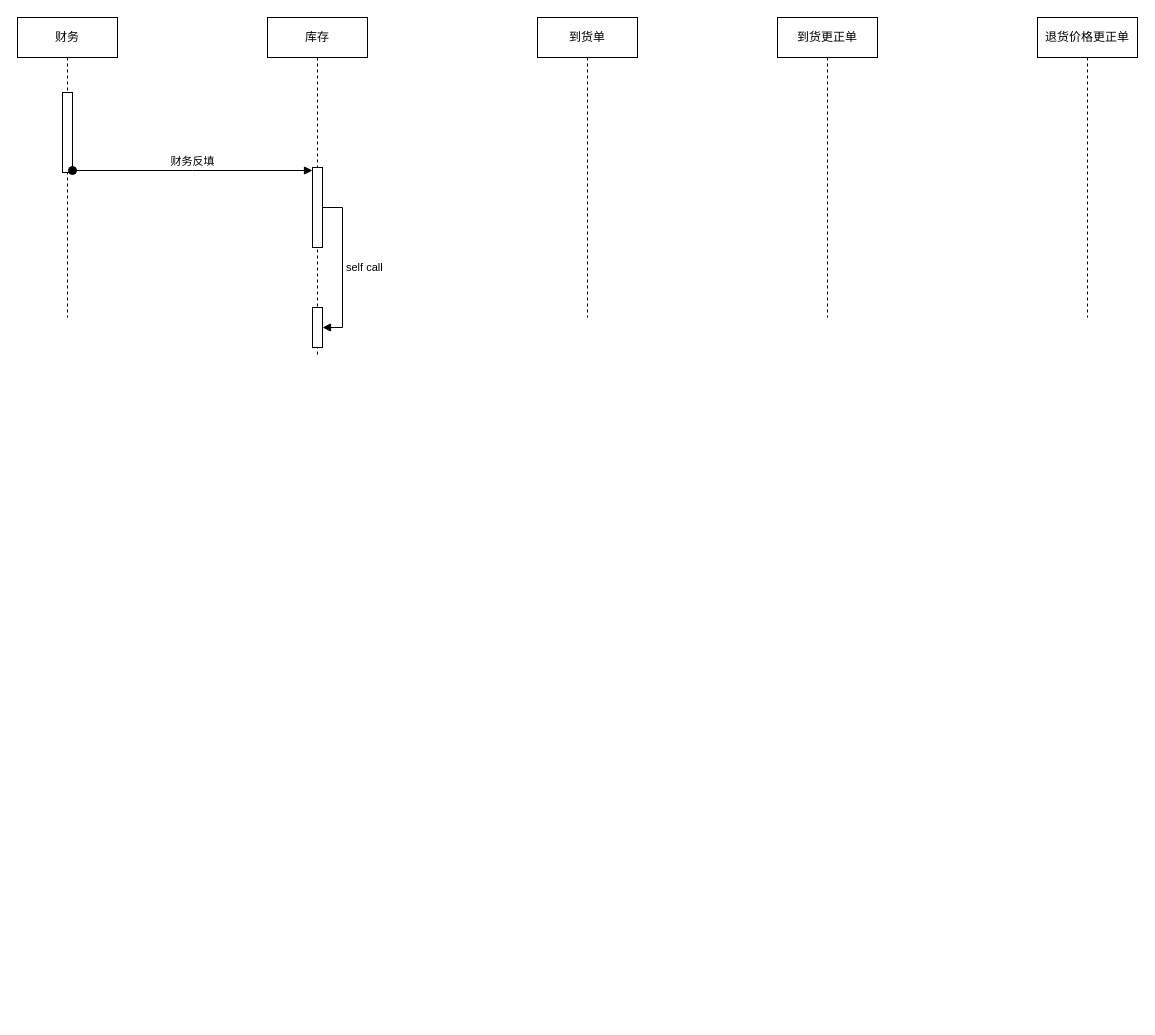
This is 未命名绘图.drawio from fengj1202/draw, a draw.io file, before an edit. Source tidied: cells renumbered, new cells numbered last; positions are measured from the earlier drawing's top-left corner, leaving out a move shared by most shapes. Both pictures are drawn from the tidied source at 100%, with x=0, y=0 at pixel (17, 17).
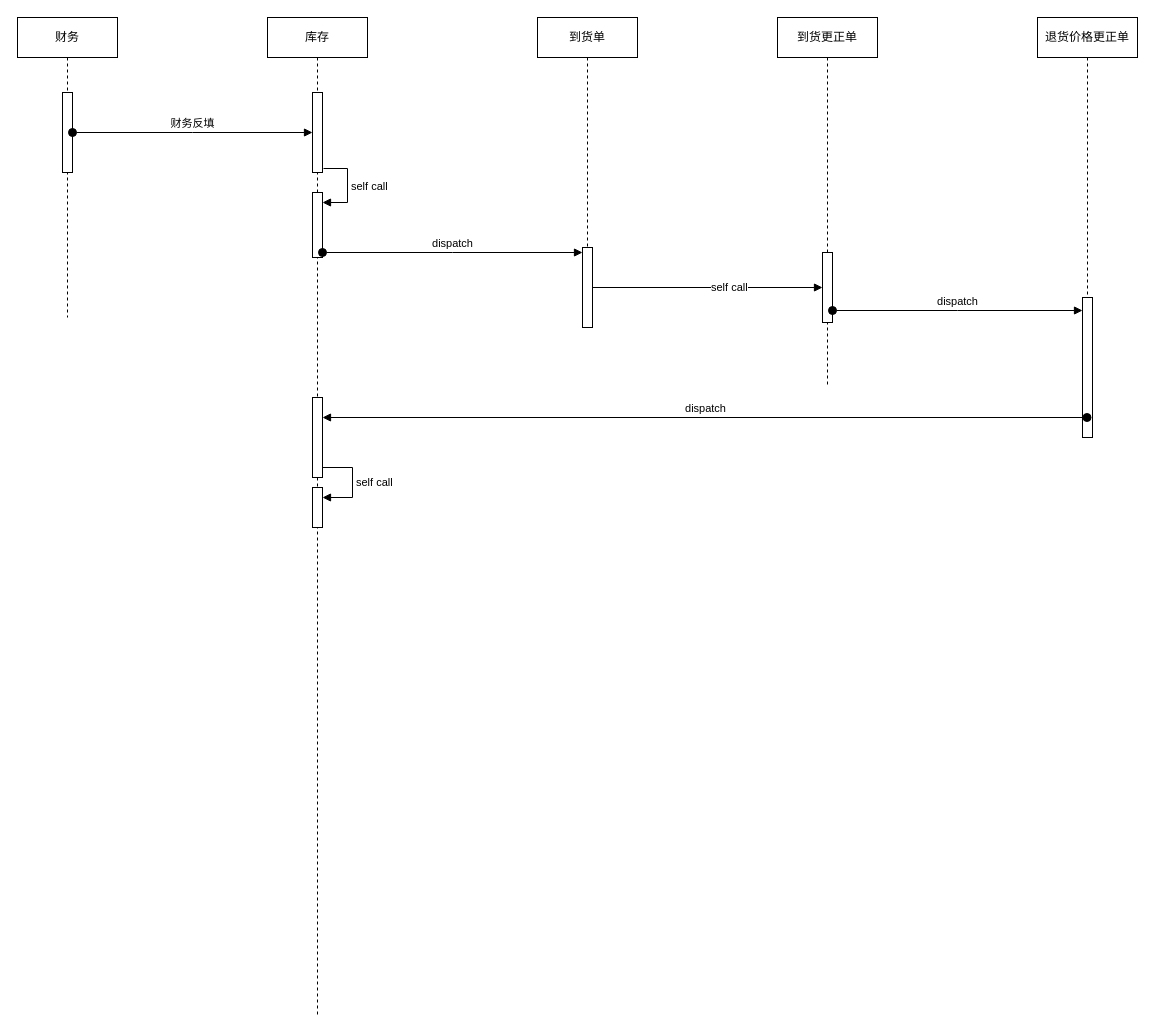
The same page after the edit.

Commit message (it also covers changes not shown here):
更新未命名绘图.drawio

The change refers to these unchanged cells:
```xml
<mxCell id="8" value="到货单" style="shape=umlLifeline;perimeter=lifelinePerimeter;whiteSpace=wrap;html=1;" parent="1" vertex="1">
  <mxGeometry x="520" width="100" height="300" as="geometry" />
</mxCell>
```

What changed in the source:
```diff
@@
     <mxCell id="4" value="库存" style="shape=umlLifeline;perimeter=lifelinePerimeter;whiteSpace=wrap;html=1;" parent="1" vertex="1">
-      <mxGeometry x="250" width="100" height="340" as="geometry" />
+      <mxGeometry x="250" width="100" height="1000" as="geometry" />
     </mxCell>
     <mxCell id="5" style="html=1;points=[];perimeter=orthogonalPerimeter;outlineConnect=0;targetShapes=umlLifeline;portConstraint=eastwest;newEdgeStyle={&quot;edgeStyle&quot;:&quot;elbowEdgeStyle&quot;,&quot;elbow&quot;:&quot;vertical&quot;,&quot;curved&quot;:0,&quot;rounded&quot;:0};" parent="4" vertex="1">
-      <mxGeometry x="45" y="150" width="10" height="80" as="geometry" />
+      <mxGeometry x="45" y="75" width="10" height="80" as="geometry" />
     </mxCell>
-    <mxCell id="6" style="html=1;points=[];perimeter=orthogonalPerimeter;outlineConnect=0;targetShapes=umlLifeline;portConstraint=eastwest;newEdgeStyle={&quot;edgeStyle&quot;:&quot;elbowEdgeStyle&quot;,&quot;elbow&quot;:&quot;vertical&quot;,&quot;curved&quot;:0,&quot;rounded&quot;:0};" parent="4" vertex="1">
-      <mxGeometry x="45" y="290" width="10" height="40" as="geometry" />
-    </mxCell>
-    <mxCell id="7" value="self call" style="html=1;align=left;spacingLeft=2;endArrow=block;rounded=0;edgeStyle=orthogonalEdgeStyle;curved=0;rounded=0;" parent="4" edge="1" source="5" target="6">
-      <mxGeometry relative="1" as="geometry">
-        <Array as="points">
-          <mxPoint x="75" y="190" />
-          <mxPoint x="75" y="310" />
-        </Array>
-      </mxGeometry>
-    </mxCell>
+    <mxCell id="12" style="html=1;points=[];perimeter=orthogonalPerimeter;outlineConnect=0;targetShapes=umlLifeline;portConstraint=eastwest;newEdgeStyle={&quot;edgeStyle&quot;:&quot;elbowEdgeStyle&quot;,&quot;elbow&quot;:&quot;vertical&quot;,&quot;curved&quot;:0,&quot;rounded&quot;:0};" parent="4" vertex="1">
+      <mxGeometry x="45" y="175" width="10" height="65" as="geometry" />
+    </mxCell>
+    <mxCell id="13" value="self call" style="html=1;align=left;spacingLeft=2;endArrow=block;rounded=0;edgeStyle=orthogonalEdgeStyle;curved=0;rounded=0;exitX=1.1;exitY=0.95;exitDx=0;exitDy=0;exitPerimeter=0;" parent="4" edge="1" source="5" target="12">
+      <mxGeometry relative="1" as="geometry">
+        <Array as="points">
+          <mxPoint x="80" y="151" />
+          <mxPoint x="80" y="185" />
+        </Array>
+      </mxGeometry>
+    </mxCell>
@@
+    <mxCell id="14" style="html=1;points=[];perimeter=orthogonalPerimeter;outlineConnect=0;targetShapes=umlLifeline;portConstraint=eastwest;newEdgeStyle={&quot;edgeStyle&quot;:&quot;elbowEdgeStyle&quot;,&quot;elbow&quot;:&quot;vertical&quot;,&quot;curved&quot;:0,&quot;rounded&quot;:0};" parent="8" vertex="1">
+      <mxGeometry x="45" y="230" width="10" height="80" as="geometry" />
+    </mxCell>
     <mxCell id="9" value="到货更正单" style="shape=umlLifeline;perimeter=lifelinePerimeter;whiteSpace=wrap;html=1;" parent="1" vertex="1">
-      <mxGeometry x="760" width="100" height="300" as="geometry" />
+      <mxGeometry x="760" width="100" height="370" as="geometry" />
     </mxCell>
+    <mxCell id="15" style="html=1;points=[];perimeter=orthogonalPerimeter;outlineConnect=0;targetShapes=umlLifeline;portConstraint=eastwest;newEdgeStyle={&quot;edgeStyle&quot;:&quot;elbowEdgeStyle&quot;,&quot;elbow&quot;:&quot;vertical&quot;,&quot;curved&quot;:0,&quot;rounded&quot;:0};" parent="9" vertex="1">
+      <mxGeometry x="45" y="235" width="10" height="70" as="geometry" />
+    </mxCell>
     <mxCell id="10" value="退货价格更正单" style="shape=umlLifeline;perimeter=lifelinePerimeter;whiteSpace=wrap;html=1;outlineConnect=0;" parent="1" vertex="1">
-      <mxGeometry x="1020" width="100" height="300" as="geometry" />
+      <mxGeometry x="1020" width="100" height="420" as="geometry" />
     </mxCell>
+    <mxCell id="16" style="html=1;points=[];perimeter=orthogonalPerimeter;outlineConnect=0;targetShapes=umlLifeline;portConstraint=eastwest;newEdgeStyle={&quot;edgeStyle&quot;:&quot;elbowEdgeStyle&quot;,&quot;elbow&quot;:&quot;vertical&quot;,&quot;curved&quot;:0,&quot;rounded&quot;:0};" parent="10" vertex="1">
+      <mxGeometry x="45" y="280" width="10" height="140" as="geometry" />
+    </mxCell>
@@
+    <mxCell id="17" value="dispatch" style="html=1;verticalAlign=bottom;startArrow=oval;endArrow=block;startSize=8;edgeStyle=elbowEdgeStyle;elbow=vertical;curved=0;rounded=0;" parent="1" edge="1" source="12" target="14">
+      <mxGeometry relative="1" as="geometry" />
+    </mxCell>
+    <mxCell id="18" value="self call" style="html=1;align=left;spacingLeft=2;endArrow=block;rounded=0;edgeStyle=orthogonalEdgeStyle;curved=0;rounded=0;" parent="1" edge="1" source="14" target="15">
+      <mxGeometry relative="1" as="geometry" />
+    </mxCell>
+    <mxCell id="19" value="dispatch" style="html=1;verticalAlign=bottom;startArrow=oval;endArrow=block;startSize=8;edgeStyle=elbowEdgeStyle;elbow=vertical;curved=0;rounded=0;" parent="1" edge="1" source="15" target="16">
+      <mxGeometry relative="1" as="geometry" />
+    </mxCell>
+    <mxCell id="20" style="html=1;points=[];perimeter=orthogonalPerimeter;outlineConnect=0;targetShapes=umlLifeline;portConstraint=eastwest;newEdgeStyle={&quot;edgeStyle&quot;:&quot;elbowEdgeStyle&quot;,&quot;elbow&quot;:&quot;vertical&quot;,&quot;curved&quot;:0,&quot;rounded&quot;:0};" parent="1" vertex="1">
+      <mxGeometry x="295" y="380" width="10" height="80" as="geometry" />
+    </mxCell>
+    <mxCell id="21" value="dispatch" style="html=1;verticalAlign=bottom;startArrow=oval;startFill=1;endArrow=block;startSize=8;edgeStyle=elbowEdgeStyle;elbow=vertical;curved=0;rounded=0;" parent="1" edge="1" source="10" target="20">
+      <mxGeometry relative="1" as="geometry" />
+    </mxCell>
+    <mxCell id="22" style="html=1;points=[];perimeter=orthogonalPerimeter;outlineConnect=0;targetShapes=umlLifeline;portConstraint=eastwest;newEdgeStyle={&quot;edgeStyle&quot;:&quot;elbowEdgeStyle&quot;,&quot;elbow&quot;:&quot;vertical&quot;,&quot;curved&quot;:0,&quot;rounded&quot;:0};" parent="1" vertex="1">
+      <mxGeometry x="295" y="470" width="10" height="40" as="geometry" />
+    </mxCell>
+    <mxCell id="23" value="self call" style="html=1;align=left;spacingLeft=2;endArrow=block;rounded=0;edgeStyle=orthogonalEdgeStyle;curved=0;rounded=0;" parent="1" edge="1" target="22">
+      <mxGeometry relative="1" as="geometry">
+        <mxPoint x="305" y="450" as="sourcePoint" />
+        <Array as="points">
+          <mxPoint x="335" y="480" />
+        </Array>
+      </mxGeometry>
+    </mxCell>
```
